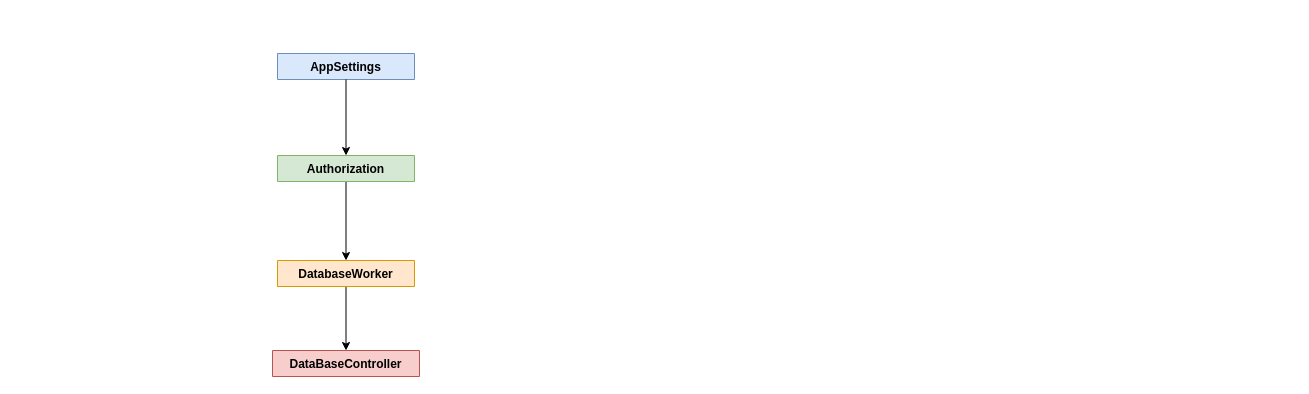
Above: page "UML" (8 of 8) of DB_diagramm.drawio in URETHZ/InfoService_gai (draw.io), before the change. Source tidied: cells renumbered, new cells numbered last; positions are measured from the earlier drawing's top-left corner, leaving out a move shared by most shapes. Both pictures are drawn from the tidied source at 100%, with x=0, y=0 at pixel (272, 53).
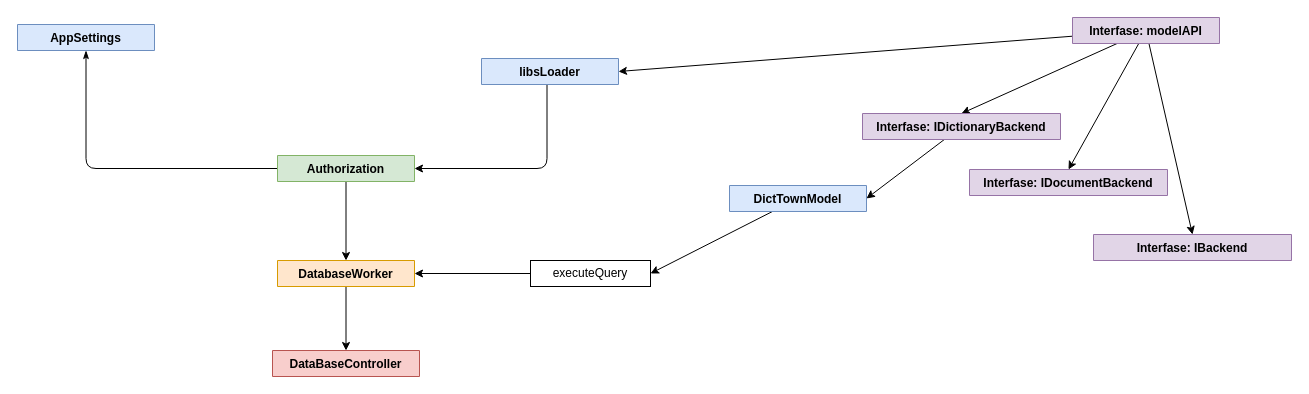
Above is the later version.

The change refers to these unchanged cells:
```xml
<mxCell id="5" value="Authorization" style="swimlane;fontStyle=1;align=center;verticalAlign=top;horizontal=1;startSize=26;whiteSpace=wrap;html=1;fillColor=#d5e8d4;strokeColor=#82b366;" parent="1" vertex="1" collapsed="1">
  <mxGeometry x="5" y="102" width="137" height="26" as="geometry" />
</mxCell>
<mxCell id="8" value="DatabaseWorker" style="swimlane;fontStyle=1;align=center;verticalAlign=top;horizontal=1;startSize=26;whiteSpace=wrap;html=1;fillColor=#ffe6cc;strokeColor=#d79b00;" parent="1" vertex="1" collapsed="1">
  <mxGeometry x="5" y="207" width="137" height="26" as="geometry" />
</mxCell>
```

Diff of the diagram source:
```diff
@@
     <mxCell id="2" value="AppSettings" style="swimlane;fontStyle=1;align=center;verticalAlign=top;horizontal=1;startSize=26;whiteSpace=wrap;html=1;fillColor=#dae8fc;strokeColor=#6c8ebf;" parent="1" vertex="1" collapsed="1">
-      <mxGeometry x="5" width="137" height="26" as="geometry" />
+      <mxGeometry x="-255" y="-29" width="137" height="26" as="geometry" />
     </mxCell>
-    <mxCell id="3" style="edgeStyle=orthogonalEdgeStyle;rounded=1;jettySize=auto;html=1;defaultLabelBackgroundColor=page;labelPadding=0 4;curved=0;endArrow=none;endFill=0;startArrow=classic;startFill=1;" parent="1" edge="1" source="5" target="2">
+    <mxCell id="3" style="edgeStyle=orthogonalEdgeStyle;rounded=1;jettySize=auto;html=1;defaultLabelBackgroundColor=page;labelPadding=0 4;curved=0;endArrow=classicThin;endFill=1;startArrow=none;startFill=0;" parent="1" edge="1" source="5" target="2">
       <mxGeometry relative="1" as="geometry" />
     </mxCell>
@@
+    <mxCell id="9" style="edgeStyle=orthogonalEdgeStyle;rounded=1;jettySize=auto;html=1;entryX=1;entryY=0.5;entryDx=0;entryDy=0;defaultLabelBackgroundColor=page;labelPadding=0 4;curved=0;" parent="1" edge="1" source="10" target="5">
+      <mxGeometry relative="1" as="geometry">
+        <Array as="points">
+          <mxPoint x="274.5" y="115" />
+        </Array>
+      </mxGeometry>
+    </mxCell>
+    <mxCell id="10" value="libsLoader" style="swimlane;fontStyle=1;align=center;verticalAlign=top;horizontal=1;startSize=26;whiteSpace=wrap;html=1;fillColor=#dae8fc;strokeColor=#6c8ebf;" parent="1" vertex="1" collapsed="1">
+      <mxGeometry x="209" y="5" width="137" height="26" as="geometry" />
+    </mxCell>
+    <mxCell id="11" style="rounded=0;jettySize=auto;html=1;entryX=1;entryY=0.5;entryDx=0;entryDy=0;defaultLabelBackgroundColor=page;labelPadding=0 4;" parent="1" edge="1" source="12" target="14">
+      <mxGeometry relative="1" as="geometry" />
+    </mxCell>
+    <mxCell id="12" value="DictTownModel" style="swimlane;fontStyle=1;align=center;verticalAlign=top;horizontal=1;startSize=26;whiteSpace=wrap;html=1;fillColor=#dae8fc;strokeColor=#6c8ebf;" parent="1" vertex="1" collapsed="1">
+      <mxGeometry x="457" y="132" width="137" height="26" as="geometry" />
+    </mxCell>
+    <mxCell id="13" style="edgeStyle=orthogonalEdgeStyle;rounded=0;jettySize=auto;html=1;entryX=1;entryY=0.5;entryDx=0;entryDy=0;defaultLabelBackgroundColor=page;labelPadding=0 4;" parent="1" edge="1" source="14" target="8">
+      <mxGeometry relative="1" as="geometry" />
+    </mxCell>
+    <mxCell id="14" value="executeQuery" style="html=1;whiteSpace=wrap;" parent="1" vertex="1">
+      <mxGeometry x="258" y="207" width="120" height="26" as="geometry" />
+    </mxCell>
+    <mxCell id="15" style="rounded=0;jettySize=auto;html=1;entryX=1;entryY=0.5;entryDx=0;entryDy=0;defaultLabelBackgroundColor=page;labelPadding=0 4;" parent="1" edge="1" source="19" target="10">
+      <mxGeometry relative="1" as="geometry" />
+    </mxCell>
+    <mxCell id="16" style="rounded=0;jettySize=auto;html=1;entryX=0.5;entryY=0;entryDx=0;entryDy=0;defaultLabelBackgroundColor=page;labelPadding=0 4;" parent="1" edge="1" source="19" target="21">
+      <mxGeometry relative="1" as="geometry" />
+    </mxCell>
+    <mxCell id="17" style="rounded=0;jettySize=auto;html=1;entryX=0.5;entryY=0;entryDx=0;entryDy=0;defaultLabelBackgroundColor=page;labelPadding=0 4;" parent="1" edge="1" source="19" target="22">
+      <mxGeometry relative="1" as="geometry" />
+    </mxCell>
+    <mxCell id="18" style="rounded=0;jettySize=auto;html=1;entryX=0.5;entryY=0;entryDx=0;entryDy=0;defaultLabelBackgroundColor=page;labelPadding=0 4;" parent="1" edge="1" source="19" target="23">
+      <mxGeometry relative="1" as="geometry" />
+    </mxCell>
+    <mxCell id="19" value="Interfase: modelAPI" style="swimlane;fontStyle=1;align=center;verticalAlign=top;horizontal=1;startSize=26;whiteSpace=wrap;html=1;fillColor=#e1d5e7;strokeColor=#9673a6;" parent="1" vertex="1" collapsed="1">
+      <mxGeometry x="800" y="-36" width="147" height="26" as="geometry" />
+    </mxCell>
+    <mxCell id="20" style="rounded=0;jettySize=auto;html=1;entryX=1;entryY=0.5;entryDx=0;entryDy=0;defaultLabelBackgroundColor=page;labelPadding=0 4;" parent="1" edge="1" source="21" target="12">
+      <mxGeometry relative="1" as="geometry" />
+    </mxCell>
+    <mxCell id="21" value="Interfase: IDictionaryBackend" style="swimlane;fontStyle=1;align=center;verticalAlign=top;horizontal=1;startSize=26;whiteSpace=wrap;html=1;fillColor=#e1d5e7;strokeColor=#9673a6;" parent="1" vertex="1" collapsed="1">
+      <mxGeometry x="590" y="60" width="198" height="26" as="geometry" />
+    </mxCell>
+    <mxCell id="22" value="Interfase: IDocumentBackend" style="swimlane;fontStyle=1;align=center;verticalAlign=top;horizontal=1;startSize=26;whiteSpace=wrap;html=1;fillColor=#e1d5e7;strokeColor=#9673a6;" parent="1" vertex="1" collapsed="1">
+      <mxGeometry x="697" y="116" width="198" height="26" as="geometry" />
+    </mxCell>
+    <mxCell id="23" value="Interfase: IBackend" style="swimlane;fontStyle=1;align=center;verticalAlign=top;horizontal=1;startSize=26;whiteSpace=wrap;html=1;fillColor=#e1d5e7;strokeColor=#9673a6;" parent="1" vertex="1" collapsed="1">
+      <mxGeometry x="821" y="181" width="198" height="26" as="geometry" />
+    </mxCell>
```
